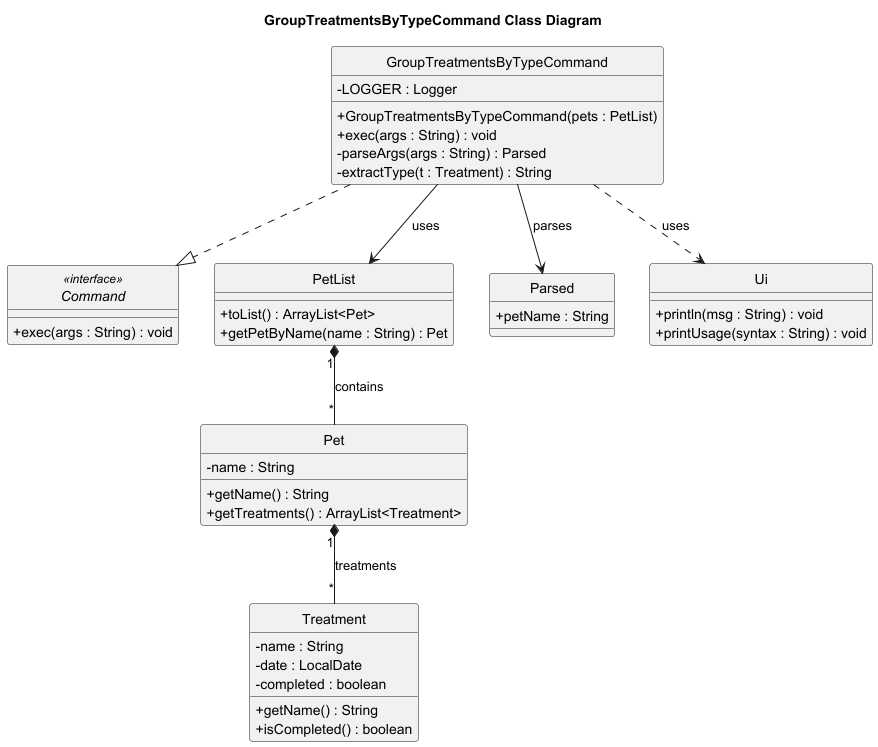
This is docs/diagrams/GroupTreatmentsByTypeCommand_Class_Diagram.png from Kevin88866/tp, a PlantUML export, as it was before one commit.
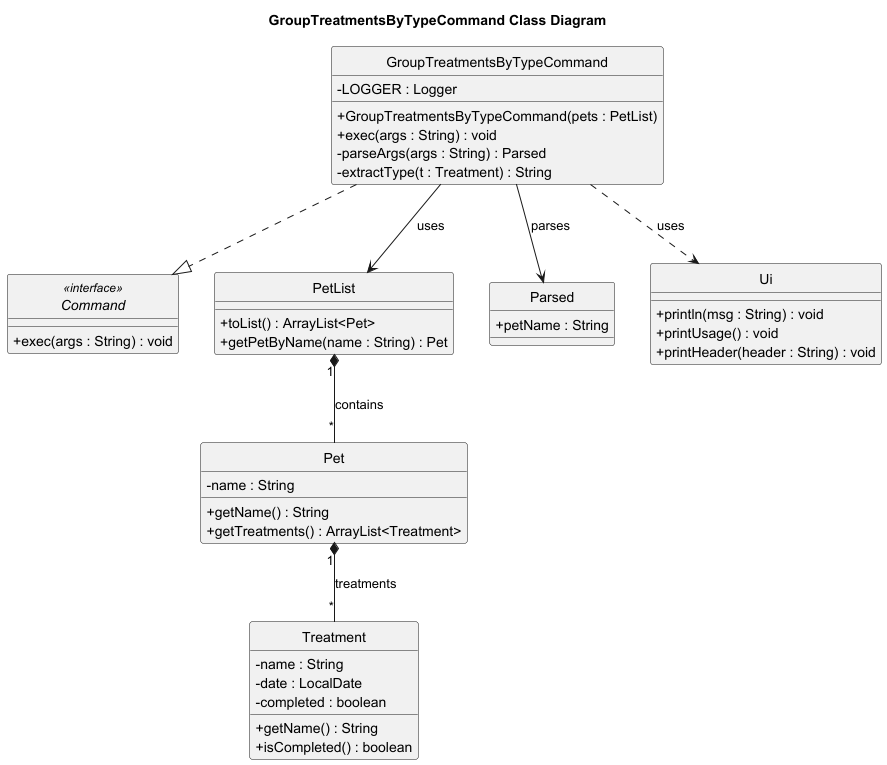
Above is the later version.

The edit, as a diff of the source:
```diff
@@ -45,7 +45,8 @@
 GroupTreatmentsByTypeCommand --> Parsed : parses
 class Ui {
   +println(msg : String) : void
-  +printUsage(syntax : String) : void
+  +printUsage() : void
+  +printHeader(header : String) : void
 }
 GroupTreatmentsByTypeCommand ..> Ui : uses
 @enduml
```
